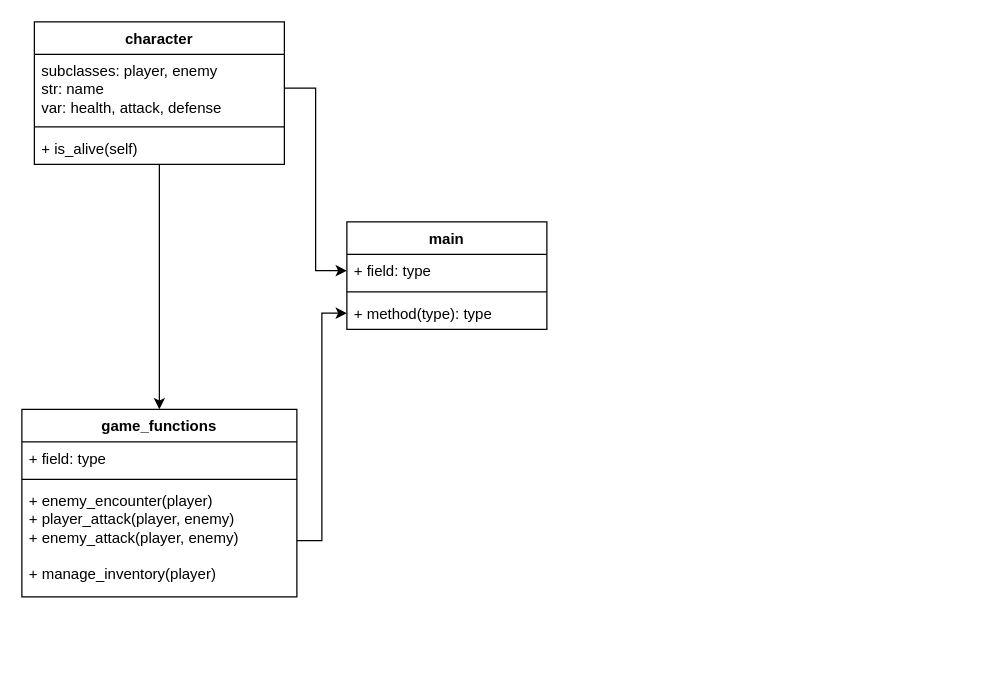
Before: images/Untitled Diagram.drawio in akiaxin/ProgrammingProject, a draw.io diagram. Source tidied: cells renumbered, new cells numbered last; positions are measured from the earlier drawing's top-left corner, leaving out a move shared by most shapes. Both pictures are drawn from the tidied source at 125%, with x=0, y=0 at pixel (21, 21).
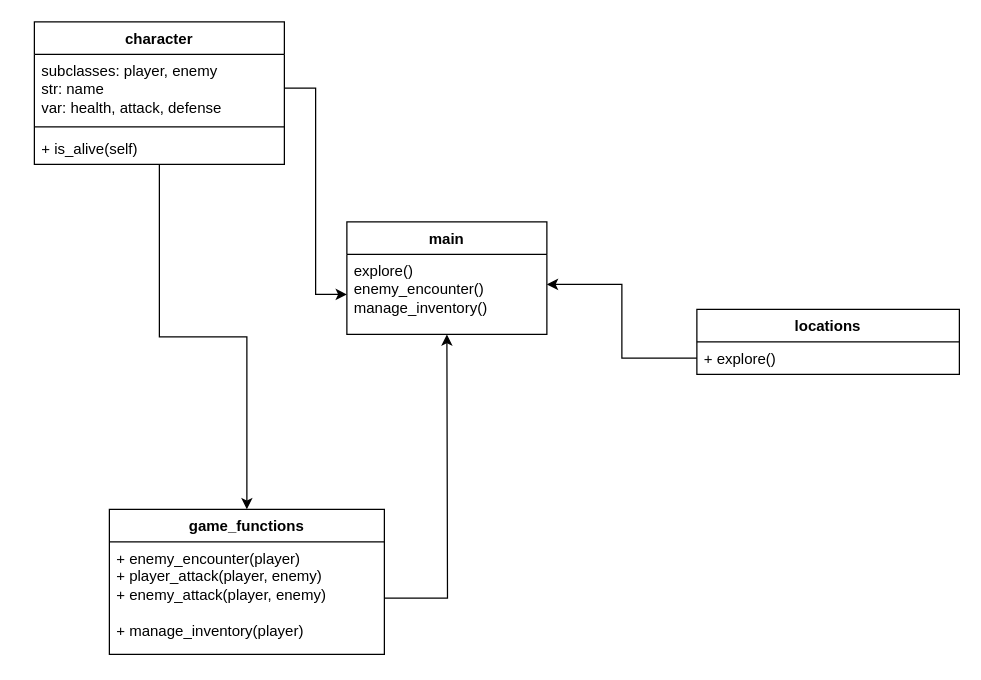
The same diagram, later.

What changed in the source:
```diff
@@
 <mxGraphModel>
   <root>
     <mxCell id="0" />
     <mxCell id="1" parent="0" />
     <mxCell id="2" value="main" style="swimlane;fontStyle=1;align=center;verticalAlign=top;horizontal=1;startSize=26;whiteSpace=wrap;html=1;" parent="1" vertex="1">
-      <mxGeometry x="260" y="160" width="160" height="86" as="geometry" />
+      <mxGeometry x="260" y="160" width="160" height="90" as="geometry" />
     </mxCell>
-    <mxCell id="3" value="+ field: type" style="text;strokeColor=none;fillColor=none;align=left;verticalAlign=top;spacingLeft=4;spacingRight=4;overflow=hidden;points=[[0,0.5],[1,0.5]];portConstraint=eastwest;whiteSpace=wrap;html=1;" parent="2" vertex="1">
-      <mxGeometry y="26" width="160" height="26" as="geometry" />
-    </mxCell>
-    <mxCell id="4" style="line;strokeWidth=1;fillColor=none;align=left;verticalAlign=middle;spacingTop=-1;spacingLeft=3;spacingRight=3;labelPosition=right;strokeColor=inherit;" parent="2" vertex="1">
-      <mxGeometry y="52" width="160" height="8" as="geometry" />
-    </mxCell>
-    <mxCell id="5" value="+ method(type): type" style="text;strokeColor=none;fillColor=none;align=left;verticalAlign=top;spacingLeft=4;spacingRight=4;overflow=hidden;points=[[0,0.5],[1,0.5]];portConstraint=eastwest;whiteSpace=wrap;html=1;" parent="2" vertex="1">
-      <mxGeometry y="60" width="160" height="26" as="geometry" />
+    <mxCell id="5" value="explore()&lt;br&gt;enemy_encounter()&lt;br&gt;manage_inventory()" style="text;strokeColor=none;fillColor=none;align=left;verticalAlign=top;spacingLeft=4;spacingRight=4;overflow=hidden;points=[[0,0.5],[1,0.5]];portConstraint=eastwest;whiteSpace=wrap;html=1;" parent="2" vertex="1">
+      <mxGeometry y="26" width="160" height="64" as="geometry" />
     </mxCell>
     <mxCell id="6" style="edgeStyle=orthogonalEdgeStyle;rounded=0;jettySize=auto;html=1;entryX=0.5;entryY=0;entryDx=0;entryDy=0;" parent="1" edge="1" source="7" target="11">
       <mxGeometry relative="1" as="geometry" />
     </mxCell>
     <mxCell id="7" value="character" style="swimlane;fontStyle=1;align=center;verticalAlign=top;horizontal=1;startSize=26;whiteSpace=wrap;html=1;" parent="1" vertex="1">
       <mxGeometry x="10" width="200" height="114" as="geometry" />
     </mxCell>
     <mxCell id="8" value="subclasses: player, enemy&lt;br&gt;str: name&lt;br&gt;var: health, attack, defense" style="text;strokeColor=none;fillColor=none;align=left;verticalAlign=top;spacingLeft=4;spacingRight=4;overflow=hidden;points=[[0,0.5],[1,0.5]];portConstraint=eastwest;whiteSpace=wrap;html=1;" parent="7" vertex="1">
       <mxGeometry y="26" width="200" height="54" as="geometry" />
     </mxCell>
     <mxCell id="9" style="line;strokeWidth=1;fillColor=none;align=left;verticalAlign=middle;spacingTop=-1;spacingLeft=3;spacingRight=3;labelPosition=right;strokeColor=inherit;" parent="7" vertex="1">
       <mxGeometry y="80" width="200" height="8" as="geometry" />
     </mxCell>
     <mxCell id="10" value="+ is_alive(self)" style="text;strokeColor=none;fillColor=none;align=left;verticalAlign=top;spacingLeft=4;spacingRight=4;overflow=hidden;whiteSpace=wrap;html=1;" parent="7" vertex="1">
       <mxGeometry y="88" width="200" height="26" as="geometry" />
     </mxCell>
     <mxCell id="11" value="game_functions" style="swimlane;fontStyle=1;align=center;verticalAlign=top;horizontal=1;startSize=26;whiteSpace=wrap;html=1;" parent="1" vertex="1">
-      <mxGeometry y="310" width="220" height="150" as="geometry" />
+      <mxGeometry x="70" y="390" width="220" height="116" as="geometry" />
     </mxCell>
-    <mxCell id="12" value="+ field: type" style="text;strokeColor=none;fillColor=none;align=left;verticalAlign=top;spacingLeft=4;spacingRight=4;overflow=hidden;whiteSpace=wrap;html=1;" parent="11" vertex="1">
-      <mxGeometry y="26" width="220" height="26" as="geometry" />
-    </mxCell>
-    <mxCell id="13" style="line;strokeWidth=1;fillColor=none;align=left;verticalAlign=middle;spacingTop=-1;spacingLeft=3;spacingRight=3;labelPosition=right;strokeColor=inherit;" parent="11" vertex="1">
-      <mxGeometry y="52" width="220" height="8" as="geometry" />
-    </mxCell>
+    <mxCell id="17" style="edgeStyle=orthogonalEdgeStyle;rounded=0;jettySize=auto;html=1;" parent="11" edge="1" source="14">
+      <mxGeometry relative="1" as="geometry">
+        <mxPoint x="270" y="-140" as="targetPoint" />
+      </mxGeometry>
+    </mxCell>
     <mxCell id="14" value="+ enemy_encounter(player)&lt;div&gt;+ player_attack(player, enemy)&lt;/div&gt;&lt;div&gt;+ enemy_attack(player, enemy)&lt;/div&gt;&lt;div&gt;&lt;br&gt;&lt;/div&gt;&lt;div&gt;+ manage_inventory(player)&lt;/div&gt;" style="text;strokeColor=none;fillColor=none;align=left;verticalAlign=top;spacingLeft=4;spacingRight=4;overflow=hidden;points=[[0,0.5],[1,0.5]];portConstraint=eastwest;whiteSpace=wrap;html=1;" parent="11" vertex="1">
-      <mxGeometry y="60" width="220" height="90" as="geometry" />
+      <mxGeometry y="26" width="220" height="90" as="geometry" />
     </mxCell>
-    <mxCell id="15" style="edgeStyle=orthogonalEdgeStyle;rounded=0;jettySize=auto;html=1;entryX=0;entryY=0.5;entryDx=0;entryDy=0;" parent="1" edge="1" source="14" target="5">
-      <mxGeometry relative="1" as="geometry" />
-    </mxCell>
-    <mxCell id="16" style="edgeStyle=orthogonalEdgeStyle;rounded=0;jettySize=auto;html=1;entryX=0;entryY=0.5;entryDx=0;entryDy=0;" parent="1" edge="1" source="8" target="3">
-      <mxGeometry relative="1" as="geometry" />
-    </mxCell>
+    <mxCell id="18" value="locations" style="swimlane;fontStyle=1;align=center;verticalAlign=top;horizontal=1;startSize=26;whiteSpace=wrap;html=1;" parent="1" vertex="1">
+      <mxGeometry x="540" y="230" width="210" height="52" as="geometry" />
+    </mxCell>
+    <mxCell id="19" value="+ explore()" style="text;strokeColor=none;fillColor=none;align=left;verticalAlign=top;spacingLeft=4;spacingRight=4;overflow=hidden;points=[[0,0.5],[1,0.5]];portConstraint=eastwest;whiteSpace=wrap;html=1;" parent="18" vertex="1">
+      <mxGeometry y="26" width="210" height="26" as="geometry" />
+    </mxCell>
+    <mxCell id="20" style="edgeStyle=orthogonalEdgeStyle;rounded=0;jettySize=auto;html=1;entryX=0;entryY=0.5;entryDx=0;entryDy=0;" parent="1" edge="1" source="8" target="5">
+      <mxGeometry relative="1" as="geometry" />
+    </mxCell>
+    <mxCell id="21" style="edgeStyle=orthogonalEdgeStyle;rounded=0;jettySize=auto;html=1;entryX=1;entryY=0.375;entryDx=0;entryDy=0;entryPerimeter=0;" parent="1" edge="1" source="19" target="5">
+      <mxGeometry relative="1" as="geometry" />
+    </mxCell>
   </root>
 </mxGraphModel>
```
